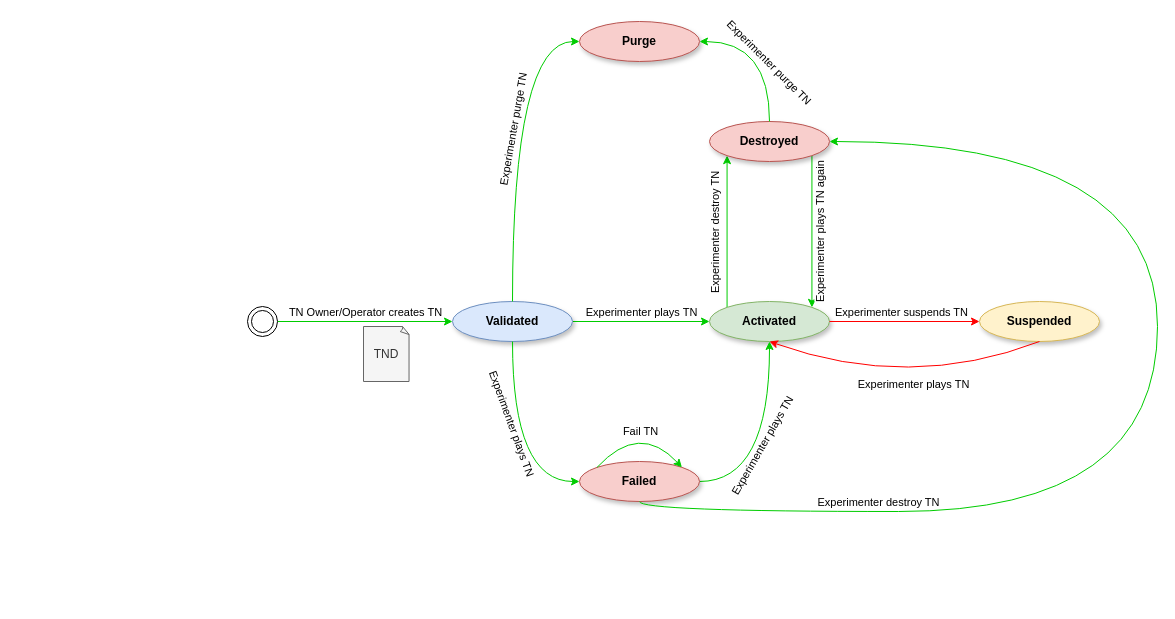
Earlier version of the draw.io diagram page "StateMachine" (2 of 2) of docs/drawio/TNLCM.drawio (6G-SANDBOX/TNLCM). Source tidied: cells renumbered, new cells numbered last; positions are measured from the earlier drawing's top-left corner, leaving out a move shared by most shapes. Both pictures are drawn from the tidied source at 100%, with x=0, y=0 at pixel (247, 21).
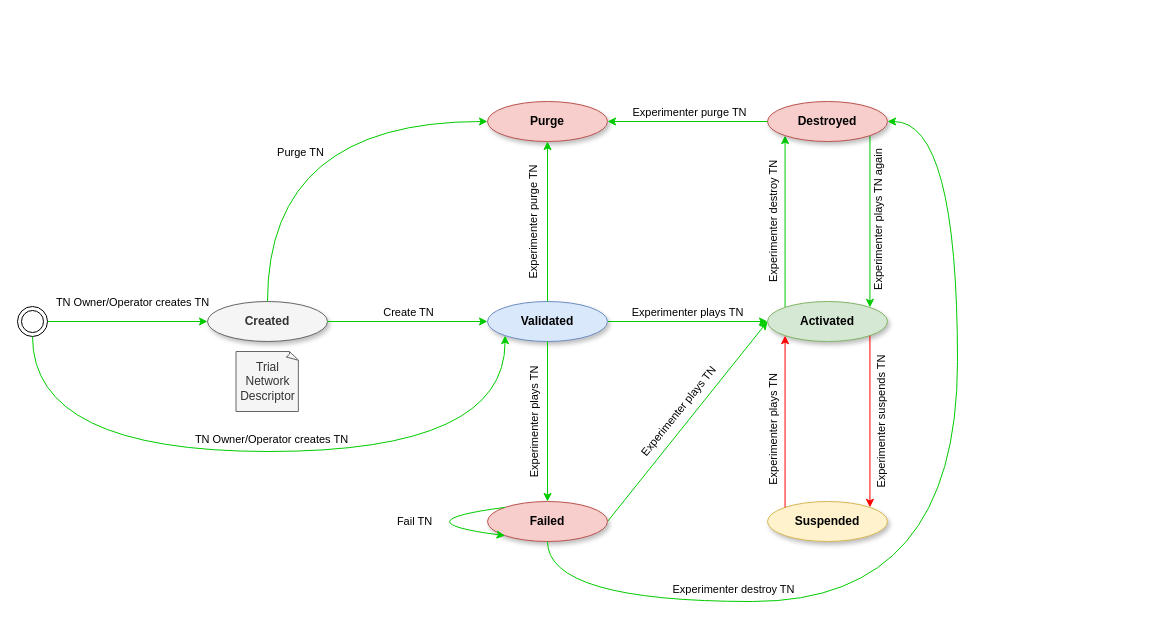
The same page after the edit.

Diff of the diagram source:
```diff
@@
     <mxCell id="4" value="&lt;b&gt;Activated&lt;/b&gt;" style="ellipse;whiteSpace=wrap;html=1;shadow=1;fillColor=#d5e8d4;strokeColor=#82b366;" parent="1" vertex="1">
-      <mxGeometry x="462" y="280" width="120" height="40" as="geometry" />
+      <mxGeometry x="520" y="280" width="120" height="40" as="geometry" />
     </mxCell>
@@
     <mxCell id="6" value="&lt;b&gt;Validated&lt;/b&gt;" style="ellipse;whiteSpace=wrap;html=1;shadow=1;fillColor=#dae8fc;strokeColor=#6c8ebf;" parent="1" vertex="1">
-      <mxGeometry x="205" y="280" width="120" height="40" as="geometry" />
+      <mxGeometry x="240" y="280" width="120" height="40" as="geometry" />
     </mxCell>
-    <mxCell id="7" value="TN Owner/Operator creates TN" style="edgeStyle=orthogonalEdgeStyle;rounded=0;jettySize=auto;html=1;entryX=0;entryY=0.5;entryDx=0;entryDy=0;verticalAlign=bottom;strokeColor=#00CC00;" parent="1" edge="1" source="14" target="6">
-      <mxGeometry relative="1" as="geometry" />
+    <mxCell id="7" value="TN Owner/Operator creates TN" style="edgeStyle=orthogonalEdgeStyle;rounded=0;jettySize=auto;html=1;entryX=0;entryY=0.5;entryDx=0;entryDy=0;verticalAlign=bottom;strokeColor=#00CC00;" parent="1" edge="1" source="14" target="32">
+      <mxGeometry x="0.06" y="10" relative="1" as="geometry" />
     </mxCell>
-    <mxCell id="8" value="TND" style="whiteSpace=wrap;html=1;shape=mxgraph.basic.document;fillColor=#f5f5f5;fontColor=#333333;strokeColor=#666666;" parent="1" vertex="1">
-      <mxGeometry x="116" y="305" width="46" height="55" as="geometry" />
+    <mxCell id="8" value="Trial Network Descriptor" style="whiteSpace=wrap;html=1;shape=mxgraph.basic.document;fillColor=#f5f5f5;fontColor=#333333;strokeColor=#666666;" parent="1" vertex="1">
+      <mxGeometry x="-11.5" y="330" width="63" height="60" as="geometry" />
     </mxCell>
     <mxCell id="9" value="&lt;b&gt;Suspended&lt;/b&gt;" style="ellipse;whiteSpace=wrap;html=1;shadow=1;fillColor=#fff2cc;strokeColor=#d6b656;" parent="1" vertex="1">
-      <mxGeometry x="732" y="280" width="120" height="40" as="geometry" />
+      <mxGeometry x="520" y="480" width="120" height="40" as="geometry" />
     </mxCell>
-    <mxCell id="10" style="endArrow=classic;html=1;rounded=0;exitX=1;exitY=0.5;exitDx=0;exitDy=0;strokeColor=#FF0000;" parent="1" edge="1" source="4" target="9">
+    <mxCell id="10" style="endArrow=classic;html=1;rounded=0;exitX=1;exitY=1;exitDx=0;exitDy=0;strokeColor=#FF0000;entryX=1;entryY=0;entryDx=0;entryDy=0;" parent="1" edge="1" source="4" target="9">
       <mxGeometry relative="1" as="geometry" />
     </mxCell>
-    <mxCell id="11" value="Experimenter suspends TN" style="edgeLabel;html=1;align=center;verticalAlign=middle;" parent="10" vertex="1">
+    <mxCell id="11" value="Experimenter suspends TN" style="edgeLabel;html=1;align=center;verticalAlign=middle;rotation=-90;" parent="10" vertex="1">
       <mxGeometry x="-0.47" y="-1" relative="1" as="geometry">
-        <mxPoint x="31" y="-11" as="offset" />
+        <mxPoint x="12" y="41" as="offset" />
       </mxGeometry>
     </mxCell>
-    <mxCell id="12" style="curved=1;endArrow=classic;html=1;rounded=0;exitX=0.5;exitY=1;exitDx=0;exitDy=0;entryX=0.5;entryY=1;entryDx=0;entryDy=0;strokeColor=#FF0000;" parent="1" edge="1" source="9" target="4">
-      <mxGeometry relative="1" as="geometry">
-        <Array as="points">
-          <mxPoint x="662" y="370" />
-        </Array>
-      </mxGeometry>
+    <mxCell id="12" style="endArrow=classic;html=1;rounded=0;exitX=0;exitY=0;exitDx=0;exitDy=0;entryX=0;entryY=1;entryDx=0;entryDy=0;strokeColor=#FF0000;" parent="1" edge="1" source="9" target="4">
+      <mxGeometry relative="1" as="geometry" />
     </mxCell>
-    <mxCell id="13" value="Experimenter plays TN" style="edgeLabel;html=1;align=center;verticalAlign=middle;" parent="12" vertex="1">
+    <mxCell id="13" value="Experimenter plays TN" style="edgeLabel;html=1;align=center;verticalAlign=middle;rotation=-90;" parent="12" vertex="1">
       <mxGeometry x="-0.11" y="-20" relative="1" as="geometry">
-        <mxPoint y="15" as="offset" />
+        <mxPoint x="-32" y="-1" as="offset" />
       </mxGeometry>
     </mxCell>
     <mxCell id="14" style="ellipse;shape=doubleEllipse;html=1;dashed=0;whiteSpace=wrap;" parent="1" vertex="1">
-      <mxGeometry y="285" width="30" height="30" as="geometry" />
+      <mxGeometry x="-230" y="285" width="30" height="30" as="geometry" />
     </mxCell>
-    <mxCell id="15" style="edgeStyle=orthogonalEdgeStyle;rounded=0;jettySize=auto;html=1;entryX=0.5;entryY=1;entryDx=0;entryDy=0;exitX=1;exitY=0.5;exitDx=0;exitDy=0;curved=1;strokeColor=#00CC00;" parent="1" edge="1" source="17" target="4">
+    <mxCell id="15" style="rounded=0;jettySize=auto;html=1;entryX=0;entryY=0.5;entryDx=0;entryDy=0;exitX=1;exitY=0.5;exitDx=0;exitDy=0;strokeColor=#00CC00;" parent="1" edge="1" source="17" target="4">
       <mxGeometry relative="1" as="geometry" />
     </mxCell>
-    <mxCell id="16" value="Experimenter plays TN" style="edgeLabel;html=1;align=center;verticalAlign=middle;rotation=-60;" parent="15" vertex="1">
+    <mxCell id="16" value="Experimenter plays TN" style="edgeLabel;html=1;align=center;verticalAlign=middle;rotation=309;" parent="15" vertex="1">
       <mxGeometry x="0.22" relative="1" as="geometry">
-        <mxPoint x="-8" y="23" as="offset" />
+        <mxPoint x="-27" y="12" as="offset" />
       </mxGeometry>
     </mxCell>
     <mxCell id="17" value="&lt;b&gt;Failed&lt;/b&gt;" style="ellipse;whiteSpace=wrap;html=1;shadow=1;fillColor=#f8cecc;strokeColor=#b85450;" parent="1" vertex="1">
-      <mxGeometry x="332" y="440" width="120" height="40" as="geometry" />
+      <mxGeometry x="240" y="480" width="120" height="40" as="geometry" />
     </mxCell>
-    <mxCell id="18" style="endArrow=classic;html=1;rounded=0;exitX=0.5;exitY=1;exitDx=0;exitDy=0;entryX=0;entryY=0.5;entryDx=0;entryDy=0;edgeStyle=orthogonalEdgeStyle;curved=1;strokeColor=#00CC00;" parent="1" edge="1" source="6" target="17">
+    <mxCell id="18" style="endArrow=classic;html=1;rounded=0;exitX=0.5;exitY=1;exitDx=0;exitDy=0;entryX=0.5;entryY=0;entryDx=0;entryDy=0;strokeColor=#00CC00;" parent="1" edge="1" source="6" target="17">
       <mxGeometry relative="1" as="geometry" />
     </mxCell>
-    <mxCell id="19" value="Experimenter plays TN" style="edgeLabel;html=1;align=center;verticalAlign=middle;rotation=70;" parent="18" vertex="1">
+    <mxCell id="19" value="Experimenter plays TN" style="edgeLabel;html=1;align=center;verticalAlign=middle;rotation=-90;" parent="18" vertex="1">
       <mxGeometry x="-0.47" y="-2" relative="1" as="geometry">
-        <mxPoint x="2" y="26" as="offset" />
+        <mxPoint x="-12" y="40" as="offset" />
       </mxGeometry>
     </mxCell>
@@
     <mxCell id="22" value="&lt;b&gt;Destroyed&lt;/b&gt;" style="ellipse;whiteSpace=wrap;html=1;shadow=1;fillColor=#f8cecc;strokeColor=#b85450;" parent="1" vertex="1">
-      <mxGeometry x="462" y="100" width="120" height="40" as="geometry" />
+      <mxGeometry x="520" y="80" width="120" height="40" as="geometry" />
     </mxCell>
-    <mxCell id="23" style="endArrow=classic;html=1;rounded=0;exitX=0;exitY=0;exitDx=0;exitDy=0;entryX=1;entryY=0;entryDx=0;entryDy=0;edgeStyle=orthogonalEdgeStyle;curved=1;strokeColor=#00CC00;" parent="1" edge="1" source="17" target="17">
-      <mxGeometry relative="1" as="geometry">
-        <Array as="points">
-          <mxPoint x="392" y="400" />
-        </Array>
-      </mxGeometry>
-    </mxCell>
-    <mxCell id="24" value="Fail TN" style="edgeLabel;html=1;align=center;verticalAlign=middle;" parent="23" vertex="1">
-      <mxGeometry x="0.34" y="16" relative="1" as="geometry">
-        <mxPoint x="-26" y="5" as="offset" />
-      </mxGeometry>
-    </mxCell>
     <mxCell id="25" value="&lt;b&gt;Purge&lt;/b&gt;" style="ellipse;whiteSpace=wrap;html=1;shadow=1;fillColor=#f8cecc;strokeColor=#b85450;" parent="1" vertex="1">
-      <mxGeometry x="332" width="120" height="40" as="geometry" />
+      <mxGeometry x="240" y="80" width="120" height="40" as="geometry" />
     </mxCell>
-    <mxCell id="26" style="edgeStyle=orthogonalEdgeStyle;rounded=0;jettySize=auto;html=1;entryX=0;entryY=0.5;entryDx=0;entryDy=0;exitX=0.5;exitY=0;exitDx=0;exitDy=0;strokeColor=#00CC00;curved=1;" parent="1" edge="1" source="6" target="25">
+    <mxCell id="26" style="rounded=0;jettySize=auto;html=1;exitX=0.5;exitY=0;exitDx=0;exitDy=0;strokeColor=#00CC00;" parent="1" edge="1" source="6" target="25">
       <mxGeometry relative="1" as="geometry" />
     </mxCell>
-    <mxCell id="27" value="Experimenter purge TN" style="edgeLabel;html=1;align=center;verticalAlign=middle;rotation=-80;" parent="26" vertex="1">
+    <mxCell id="27" value="Experimenter purge TN" style="edgeLabel;html=1;align=center;verticalAlign=middle;rotation=-90;" parent="26" vertex="1">
       <mxGeometry x="0.02" relative="1" as="geometry">
-        <mxPoint y="-4" as="offset" />
+        <mxPoint x="-15" y="4" as="offset" />
       </mxGeometry>
     </mxCell>
-    <mxCell id="28" style="endArrow=classic;html=1;rounded=0;exitX=0.5;exitY=0;exitDx=0;exitDy=0;entryX=1;entryY=0.5;entryDx=0;entryDy=0;edgeStyle=orthogonalEdgeStyle;curved=1;fillColor=#d5e8d4;strokeColor=#00CC00;" parent="1" edge="1" source="22" target="25">
+    <mxCell id="28" style="endArrow=classic;html=1;rounded=0;exitX=0;exitY=0.5;exitDx=0;exitDy=0;entryX=1;entryY=0.5;entryDx=0;entryDy=0;fillColor=#d5e8d4;strokeColor=#00CC00;" parent="1" edge="1" source="22" target="25">
       <mxGeometry relative="1" as="geometry" />
     </mxCell>
-    <mxCell id="29" value="Experimenter purge TN" style="edgeLabel;html=1;align=center;verticalAlign=middle;rotation=45;" parent="28" vertex="1">
+    <mxCell id="29" value="Experimenter purge TN" style="edgeLabel;html=1;align=center;verticalAlign=middle;rotation=0;" parent="28" vertex="1">
       <mxGeometry x="-0.23" y="11" relative="1" as="geometry">
-        <mxPoint x="11" y="-2" as="offset" />
+        <mxPoint x="-17" y="-21" as="offset" />
       </mxGeometry>
     </mxCell>
+    <mxCell id="32" value="&lt;b&gt;Created&lt;/b&gt;" style="ellipse;whiteSpace=wrap;html=1;shadow=1;fillColor=#f5f5f5;strokeColor=#666666;fontColor=#333333;" parent="1" vertex="1">
+      <mxGeometry x="-40" y="280" width="120" height="40" as="geometry" />
+    </mxCell>
-    <mxCell id="30" style="endArrow=classic;html=1;rounded=0;exitX=0.5;exitY=1;exitDx=0;exitDy=0;entryX=1;entryY=0.5;entryDx=0;entryDy=0;edgeStyle=orthogonalEdgeStyle;curved=1;fillColor=#d5e8d4;strokeColor=#00CC00;" parent="1" edge="1" source="17" target="22">
+    <mxCell id="30" style="endArrow=classic;html=1;rounded=0;exitX=0.5;exitY=1;exitDx=0;exitDy=0;entryX=1;entryY=0.5;entryDx=0;entryDy=0;edgeStyle=orthogonalEdgeStyle;curved=1;strokeColor=#00CC00;" parent="1" edge="1" source="17" target="22">
       <mxGeometry relative="1" as="geometry">
         <Array as="points">
-          <mxPoint x="392" y="490" />
-          <mxPoint x="910" y="490" />
-          <mxPoint x="910" y="120" />
+          <mxPoint x="300" y="580" />
+          <mxPoint x="710" y="580" />
+          <mxPoint x="710" y="100" />
         </Array>
       </mxGeometry>
     </mxCell>
     <mxCell id="31" value="Experimenter destroy TN" style="edgeLabel;html=1;align=center;verticalAlign=middle;" parent="30" vertex="1">
-      <mxGeometry x="-0.71" y="3" relative="1" as="geometry">
-        <mxPoint x="70" y="-7" as="offset" />
+      <mxGeometry x="-0.52" relative="1" as="geometry">
+        <mxPoint y="-13" as="offset" />
       </mxGeometry>
     </mxCell>
+    <mxCell id="33" style="endArrow=classic;html=1;rounded=0;entryX=0;entryY=1;entryDx=0;entryDy=0;edgeStyle=orthogonalEdgeStyle;curved=1;strokeColor=#00CC00;" parent="1" edge="1" source="14" target="6">
+      <mxGeometry relative="1" as="geometry">
+        <Array as="points">
+          <mxPoint x="-215" y="430" />
+          <mxPoint x="258" y="430" />
+        </Array>
+      </mxGeometry>
+    </mxCell>
+    <mxCell id="34" value="TN Owner/Operator creates TN" style="edgeLabel;html=1;align=center;verticalAlign=middle;" parent="33" vertex="1">
+      <mxGeometry x="0.06" relative="1" as="geometry">
+        <mxPoint x="-20" y="-13" as="offset" />
+      </mxGeometry>
+    </mxCell>
+    <mxCell id="23" style="endArrow=classic;html=1;rounded=0;exitX=0;exitY=0;exitDx=0;exitDy=0;entryX=0;entryY=1;entryDx=0;entryDy=0;edgeStyle=orthogonalEdgeStyle;curved=1;strokeColor=#00CC00;" parent="1" edge="1" source="17" target="17">
+      <mxGeometry relative="1" as="geometry">
+        <Array as="points">
+          <mxPoint x="150" y="500" />
+        </Array>
+      </mxGeometry>
+    </mxCell>
+    <mxCell id="24" value="Fail TN" style="edgeLabel;html=1;align=center;verticalAlign=middle;" parent="23" vertex="1">
+      <mxGeometry x="-0.72" y="-3" relative="1" as="geometry">
+        <mxPoint x="-61" y="13" as="offset" />
+      </mxGeometry>
+    </mxCell>
+    <mxCell id="35" style="endArrow=classic;html=1;rounded=0;exitX=0.5;exitY=0;exitDx=0;exitDy=0;entryX=0;entryY=0.5;entryDx=0;entryDy=0;edgeStyle=orthogonalEdgeStyle;curved=1;strokeColor=#00CC00;" parent="1" edge="1" source="32" target="25">
+      <mxGeometry relative="1" as="geometry" />
+    </mxCell>
+    <mxCell id="36" value="Purge TN" style="edgeLabel;html=1;align=center;verticalAlign=middle;" parent="35" vertex="1">
+      <mxGeometry x="-0.53" y="-22" relative="1" as="geometry">
+        <mxPoint x="10" y="-56" as="offset" />
+      </mxGeometry>
+    </mxCell>
+    <mxCell id="37" style="endArrow=classic;html=1;rounded=0;exitX=1;exitY=0.5;exitDx=0;exitDy=0;entryX=0;entryY=0.5;entryDx=0;entryDy=0;strokeColor=#00CC00;" parent="1" edge="1" source="32" target="6">
+      <mxGeometry relative="1" as="geometry" />
+    </mxCell>
+    <mxCell id="38" value="Create TN" style="edgeLabel;html=1;align=center;verticalAlign=middle;" parent="37" vertex="1">
+      <mxGeometry x="0.25" y="-1" relative="1" as="geometry">
+        <mxPoint x="-20" y="-11" as="offset" />
+      </mxGeometry>
+    </mxCell>
```
